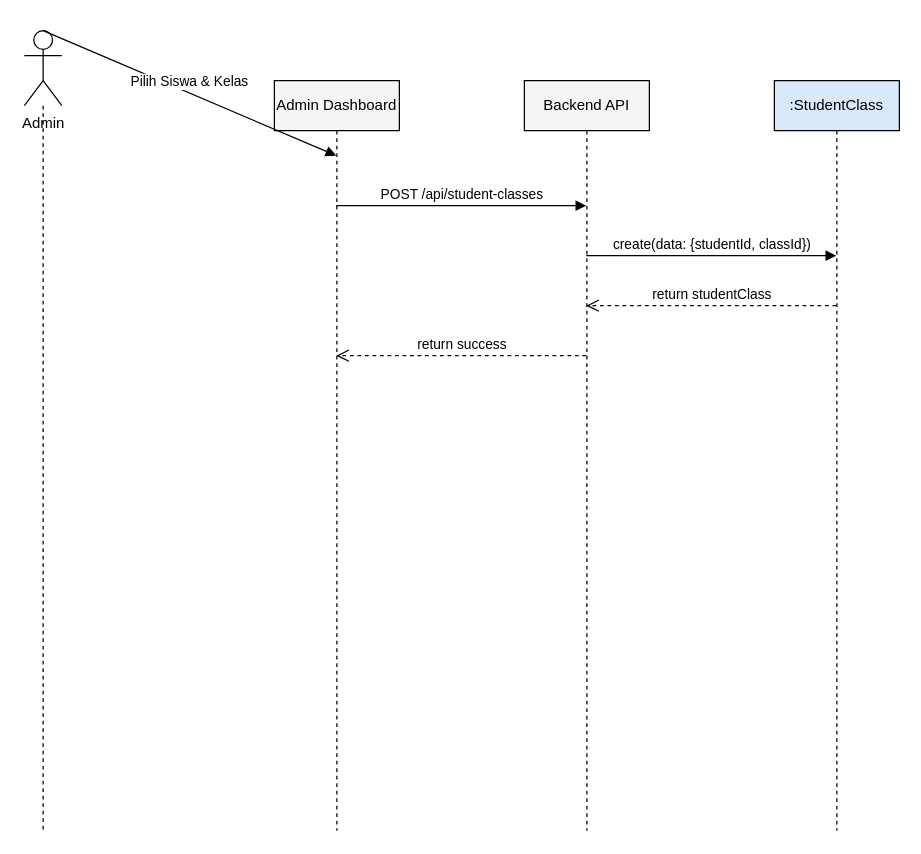
Above: docs/sequence_admin_enroll_student.drawio in muhammaddzaki123/adminkassmpit (draw.io), before the change. Source tidied: cells renumbered, new cells numbered last; positions are measured from the earlier drawing's top-left corner, leaving out a move shared by most shapes. Both pictures are drawn from the tidied source at 125%, with x=0, y=0 at pixel (24, 30).
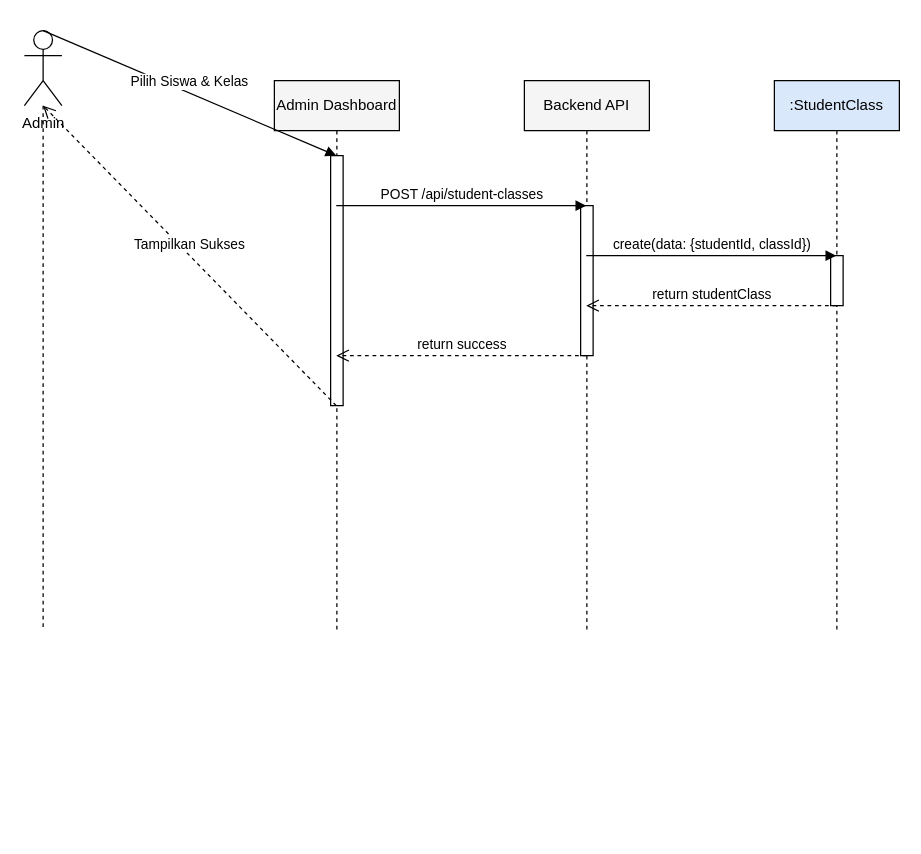
The same diagram, later.

What changed in the source:
```diff
@@
 <mxGraphModel>
   <root>
     <mxCell id="0" />
     <mxCell id="1" parent="0" />
     <mxCell id="2" value="Admin" style="shape=umlActor;verticalLabelPosition=bottom;verticalAlign=top;html=1;outlineConnect=0;" parent="1" vertex="1">
       <mxGeometry width="30" height="60" as="geometry" />
     </mxCell>
     <mxCell id="3" style="endArrow=none;dashed=1;html=1;" parent="1" edge="1" source="2">
       <mxGeometry relative="1" as="geometry">
-        <mxPoint x="15" y="640" as="targetPoint" />
+        <mxPoint x="15" y="480" as="targetPoint" />
       </mxGeometry>
     </mxCell>
     <mxCell id="4" value="Admin Dashboard" style="shape=umlLifeline;perimeter=lifelinePerimeter;whiteSpace=wrap;html=1;outlineConnect=0;fillColor=#f5f5f5;" parent="1" vertex="1">
-      <mxGeometry x="200" y="40" width="100" height="600" as="geometry" />
+      <mxGeometry x="200" y="40" width="100" height="440" as="geometry" />
     </mxCell>
     <mxCell id="5" value="Backend API" style="shape=umlLifeline;perimeter=lifelinePerimeter;whiteSpace=wrap;html=1;outlineConnect=0;fillColor=#f5f5f5;" parent="1" vertex="1">
-      <mxGeometry x="400" y="40" width="100" height="600" as="geometry" />
+      <mxGeometry x="400" y="40" width="100" height="440" as="geometry" />
     </mxCell>
     <mxCell id="6" value=":StudentClass" style="shape=umlLifeline;perimeter=lifelinePerimeter;whiteSpace=wrap;html=1;outlineConnect=0;fillColor=#dae8fc;" parent="1" vertex="1">
-      <mxGeometry x="600" y="40" width="100" height="600" as="geometry" />
+      <mxGeometry x="600" y="40" width="100" height="440" as="geometry" />
     </mxCell>
-    <mxCell id="7" value="Pilih Siswa &amp; Kelas" style="html=1;verticalAlign=bottom;endArrow=block;rounded=0;entryX=0.5;entryY=0.1;exitX=0.5;exitY=0.1;" parent="1" edge="1" source="2" target="4">
-      <mxGeometry relative="1" as="geometry" />
+    <mxCell id="7" style="html=1;perimeter=orthogonalPerimeter;fillColor=#FFFFFF;strokeColor=#000000;" parent="1" vertex="1">
+      <mxGeometry x="645" y="180" width="10" height="40" as="geometry" />
     </mxCell>
-    <mxCell id="8" value="POST /api/student-classes" style="html=1;verticalAlign=bottom;endArrow=block;rounded=0;entryX=0.5;entryY=0.16666666666666666;exitX=0.5;exitY=0.16666666666666666;" parent="1" edge="1" source="4" target="5">
-      <mxGeometry relative="1" as="geometry" />
+    <mxCell id="8" style="html=1;perimeter=orthogonalPerimeter;fillColor=#FFFFFF;strokeColor=#000000;" parent="1" vertex="1">
+      <mxGeometry x="445" y="140" width="10" height="120" as="geometry" />
     </mxCell>
-    <mxCell id="9" value="create(data: {studentId, classId})" style="html=1;verticalAlign=bottom;endArrow=block;rounded=0;entryX=0.5;entryY=0.23333333333333334;exitX=0.5;exitY=0.23333333333333334;" parent="1" edge="1" source="5" target="6">
-      <mxGeometry relative="1" as="geometry" />
+    <mxCell id="9" style="html=1;perimeter=orthogonalPerimeter;fillColor=#FFFFFF;strokeColor=#000000;" parent="1" vertex="1">
+      <mxGeometry x="245" y="100" width="10" height="200" as="geometry" />
     </mxCell>
-    <mxCell id="10" value="return studentClass" style="html=1;verticalAlign=bottom;endArrow=open;dashed=1;endSize=8;rounded=0;entryX=0.5;entryY=0.3;exitX=0.5;exitY=0.3;" parent="1" edge="1" source="6" target="5">
+    <mxCell id="10" value="Pilih Siswa &amp; Kelas" style="html=1;verticalAlign=bottom;endArrow=block;rounded=0;entryX=0.5;entryY=0.13636363636363635;exitX=0.5;exitY=0.13636363636363635;" parent="1" edge="1" source="2" target="4">
       <mxGeometry relative="1" as="geometry" />
     </mxCell>
-    <mxCell id="11" value="return success" style="html=1;verticalAlign=bottom;endArrow=open;dashed=1;endSize=8;rounded=0;entryX=0.5;entryY=0.36666666666666664;exitX=0.5;exitY=0.36666666666666664;" parent="1" edge="1" source="5" target="4">
+    <mxCell id="11" value="POST /api/student-classes" style="html=1;verticalAlign=bottom;endArrow=block;rounded=0;entryX=0.5;entryY=0.22727272727272727;exitX=0.5;exitY=0.22727272727272727;" parent="1" edge="1" source="4" target="5">
       <mxGeometry relative="1" as="geometry" />
     </mxCell>
+    <mxCell id="12" value="create(data: {studentId, classId})" style="html=1;verticalAlign=bottom;endArrow=block;rounded=0;entryX=0.5;entryY=0.3181818181818182;exitX=0.5;exitY=0.3181818181818182;" parent="1" edge="1" source="5" target="6">
+      <mxGeometry relative="1" as="geometry" />
+    </mxCell>
+    <mxCell id="13" value="return studentClass" style="html=1;verticalAlign=bottom;endArrow=open;dashed=1;endSize=8;rounded=0;entryX=0.5;entryY=0.4090909090909091;exitX=0.5;exitY=0.4090909090909091;" parent="1" edge="1" source="6" target="5">
+      <mxGeometry relative="1" as="geometry" />
+    </mxCell>
+    <mxCell id="14" value="return success" style="html=1;verticalAlign=bottom;endArrow=open;dashed=1;endSize=8;rounded=0;entryX=0.5;entryY=0.5;exitX=0.5;exitY=0.5;" parent="1" edge="1" source="5" target="4">
+      <mxGeometry relative="1" as="geometry" />
+    </mxCell>
+    <mxCell id="15" value="Tampilkan Sukses" style="html=1;verticalAlign=bottom;endArrow=open;dashed=1;endSize=8;rounded=0;entryX=0.5;entryY=0.5909090909090909;exitX=0.5;exitY=0.5909090909090909;" parent="1" edge="1" source="4" target="2">
+      <mxGeometry relative="1" as="geometry" />
+    </mxCell>
   </root>
 </mxGraphModel>
```
